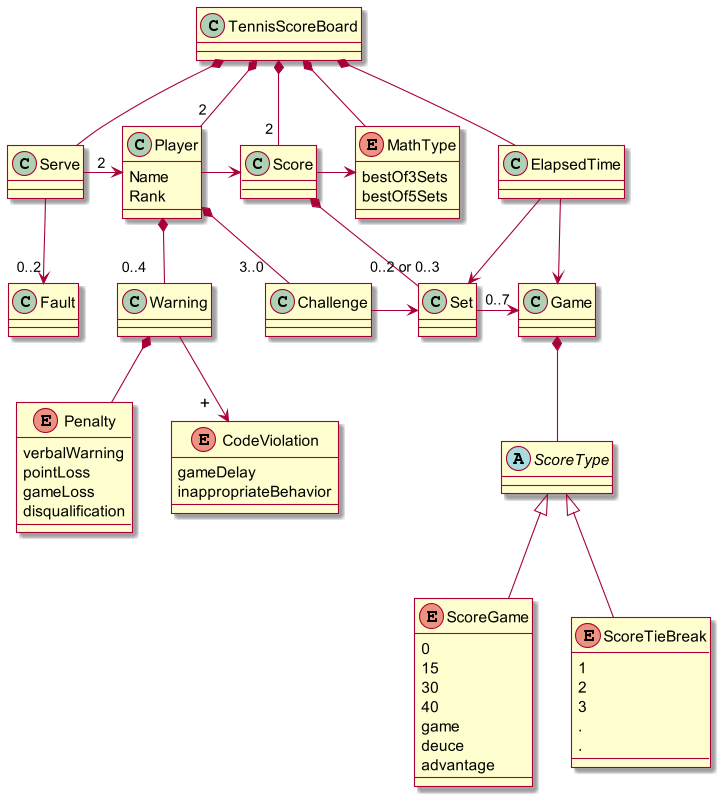
Earlier version of the PlantUML export TennisScoreBoard/TennisScoreBoardDomainModel_V1.png (ferbarret/Modelado).
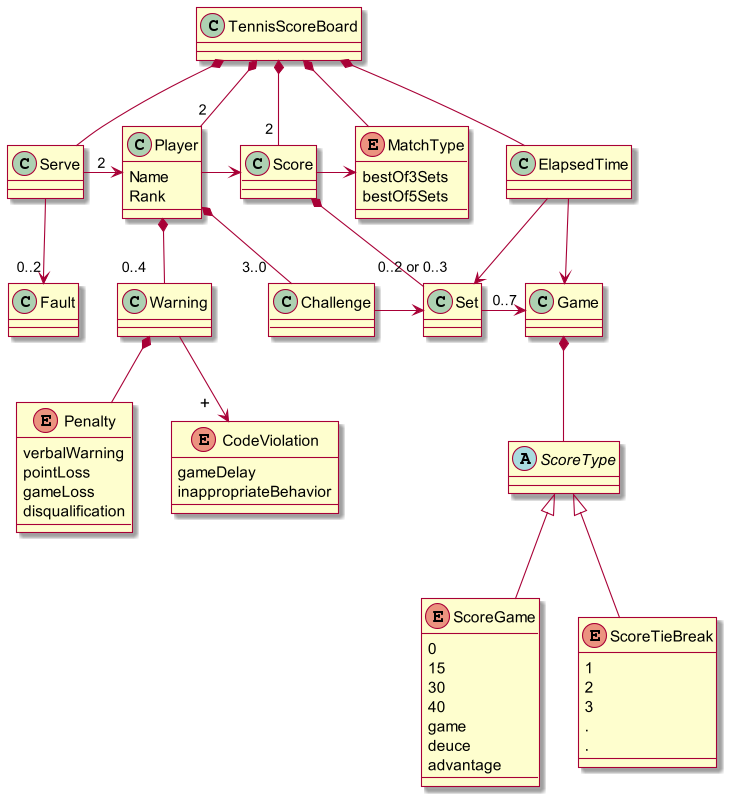
Above is the later version.

Change to the diagram source:
```diff
@@ -3,11 +3,11 @@
 scale 1.1
 class "TennisScoreBoard" as Board
 
-enum MathType {
+enum MatchType {
     bestOf3Sets
     bestOf5Sets
 }
-Board *-down- MathType
+Board *-down- MatchType
 Board *-down- Serve
 class Player {
     Name
@@ -18,7 +18,7 @@
 Board *-down- ElapsedTime
 Serve -right-> "2  " Player
 Player -right-> Score
-Score -right-> MathType
+Score -right-> MatchType
 
 Serve -down-> "0..2" Fault
 
@@ -69,4 +69,8 @@
 ScoreType <|-down- ScoreTieBreak
 
 
+
+
+
+
 @enduml
```
